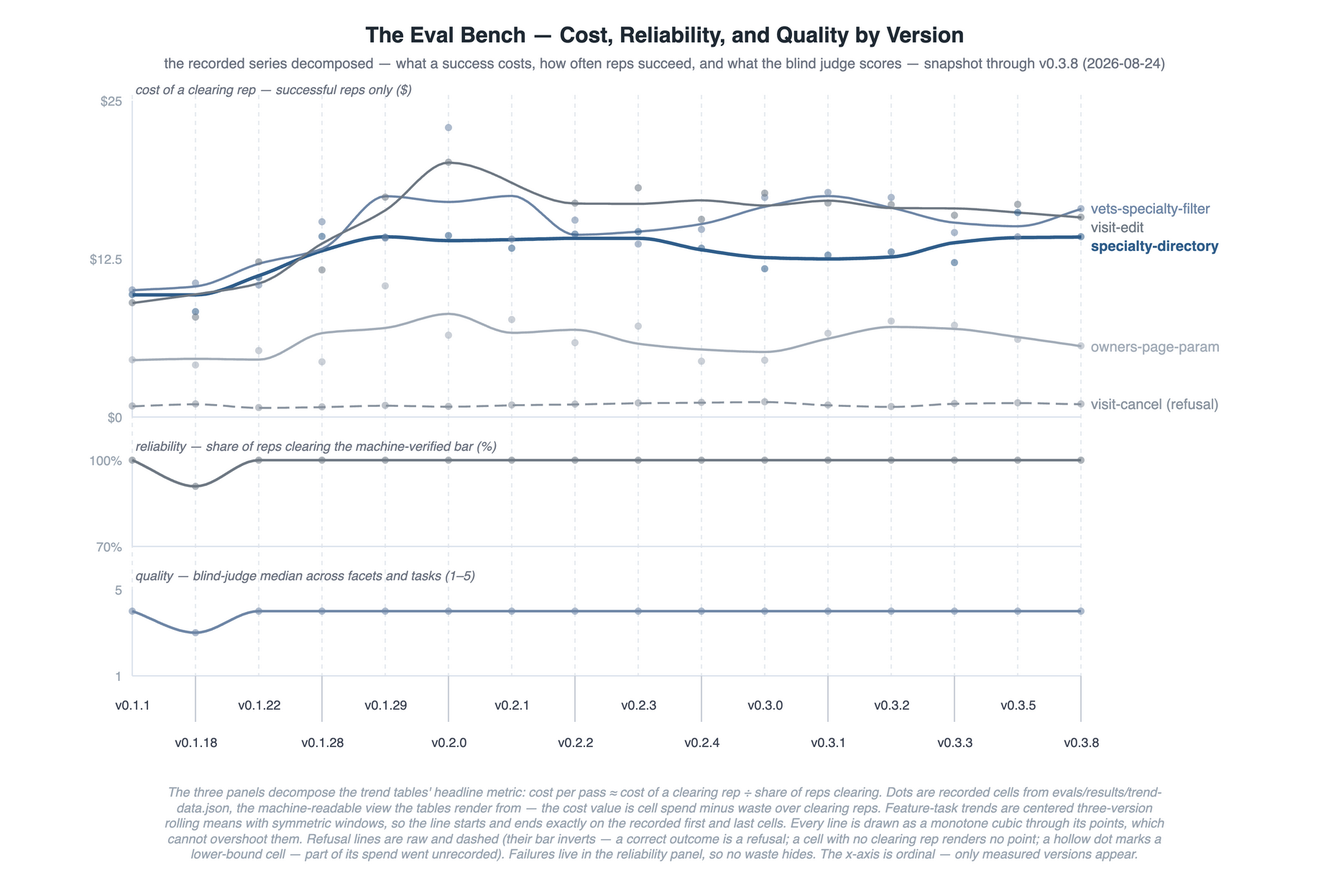
Above: docs/images/eval-trend.drawio.png in woditschka/agentic-coding-reference (draw.io), before the change. Source tidied: cells renumbered, new cells last; positions are measured from the earlier drawing's top-left corner, leaving out a move shared by most shapes.
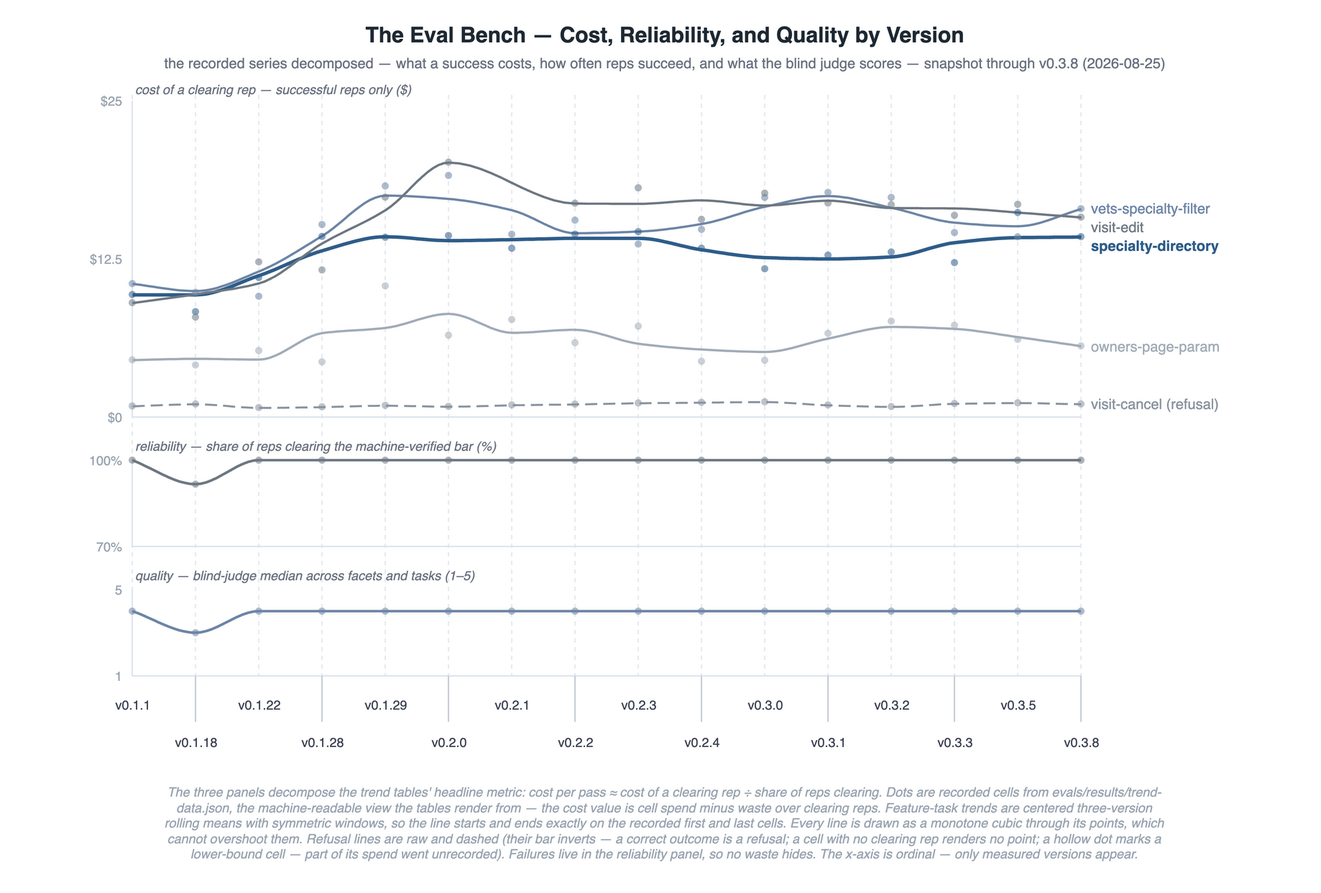
After the change.

Change to the diagram source:
```diff
@@ -5,7 +5,7 @@
     <mxCell id="2" value="The Eval Bench — Cost, Reliability, and Quality by Version" style="text;html=1;align=center;verticalAlign=middle;fontSize=15;fontStyle=1;fontColor=#1F2933;" parent="1" vertex="1">
       <mxGeometry width="900" height="24" as="geometry" />
     </mxCell>
-    <mxCell id="3" value="the recorded series decomposed — what a success costs, how often reps succeed, and what the blind judge scores — snapshot through v0.3.8 (2026-08-24)" style="text;html=1;align=center;verticalAlign=middle;fontSize=10;fontColor=#6B7280;" parent="1" vertex="1">
+    <mxCell id="3" value="the recorded series decomposed — what a success costs, how often reps succeed, and what the blind judge scores — snapshot through v0.3.8 (2026-08-25)" style="text;html=1;align=center;verticalAlign=middle;fontSize=10;fontColor=#6B7280;" parent="1" vertex="1">
       <mxGeometry y="25" width="900" height="14" as="geometry" />
     </mxCell>
     <mxCell id="4" style="endArrow=none;startArrow=none;html=1;strokeColor=#E7EBF0;strokeWidth=1;dashed=1;dashPattern=3 3;" parent="1" edge="1">
@@ -546,114 +546,114 @@
     </mxCell>
     <mxCell id="38" style="edgeStyle=none;rounded=0;curved=0;html=1;jettySize=0;endArrow=none;startArrow=none;strokeColor=#6E86A6;strokeWidth=1.6;" parent="1" edge="1">
       <mxGeometry relative="1" as="geometry">
-        <mxPoint x="80" y="189.6" as="sourcePoint" />
+        <mxPoint x="80" y="185.2" as="sourcePoint" />
         <mxPoint x="740" y="133.1" as="targetPoint" />
         <Array as="points">
-          <mxPoint x="83.7" y="189.4" />
-          <mxPoint x="87.3" y="189.2" />
-          <mxPoint x="91" y="189" />
-          <mxPoint x="94.7" y="188.8" />
-          <mxPoint x="98.3" y="188.7" />
-          <mxPoint x="102" y="188.5" />
-          <mxPoint x="105.7" y="188.3" />
-          <mxPoint x="109.3" y="188.1" />
-          <mxPoint x="113" y="187.8" />
-          <mxPoint x="116.7" y="187.6" />
-          <mxPoint x="120.3" y="187.3" />
-          <mxPoint x="124" y="186.9" />
-          <mxPoint x="127.7" y="186.3" />
-          <mxPoint x="131.3" y="185.5" />
-          <mxPoint x="135" y="184.4" />
-          <mxPoint x="138.7" y="183" />
-          <mxPoint x="142.3" y="181.6" />
-          <mxPoint x="146" y="180" />
-          <mxPoint x="149.7" y="178.4" />
-          <mxPoint x="153.3" y="176.7" />
-          <mxPoint x="157" y="175.1" />
-          <mxPoint x="160.7" y="173.6" />
-          <mxPoint x="164.3" y="172.3" />
-          <mxPoint x="168" y="171.1" />
-          <mxPoint x="171.7" y="170.1" />
-          <mxPoint x="175.3" y="169.3" />
-          <mxPoint x="179" y="168.5" />
-          <mxPoint x="182.7" y="167.7" />
-          <mxPoint x="186.3" y="167" />
-          <mxPoint x="190" y="166.4" />
-          <mxPoint x="193.7" y="165.6" />
-          <mxPoint x="197.3" y="164.9" />
-          <mxPoint x="201" y="164" />
-          <mxPoint x="204.7" y="163.1" />
-          <mxPoint x="208.3" y="162" />
-          <mxPoint x="212" y="160.7" />
-          <mxPoint x="215.7" y="158.8" />
-          <mxPoint x="219.3" y="156.1" />
-          <mxPoint x="223" y="152.7" />
-          <mxPoint x="226.7" y="148.8" />
-          <mxPoint x="230.3" y="144.7" />
-          <mxPoint x="234" y="140.4" />
-          <mxPoint x="237.7" y="136.3" />
-          <mxPoint x="241.3" y="132.5" />
-          <mxPoint x="245" y="129.1" />
-          <mxPoint x="248.7" y="126.5" />
-          <mxPoint x="252.3" y="124.8" />
-          <mxPoint x="256" y="124.2" />
-          <mxPoint x="259.7" y="124.3" />
-          <mxPoint x="263.3" y="124.5" />
-          <mxPoint x="267" y="124.8" />
-          <mxPoint x="270.7" y="125.2" />
-          <mxPoint x="274.3" y="125.7" />
-          <mxPoint x="278" y="126.2" />
-          <mxPoint x="281.7" y="126.7" />
-          <mxPoint x="285.3" y="127.2" />
-          <mxPoint x="289" y="127.6" />
-          <mxPoint x="292.7" y="127.9" />
-          <mxPoint x="296.3" y="128.1" />
-          <mxPoint x="300" y="128.2" />
-          <mxPoint x="303.7" y="128.1" />
-          <mxPoint x="307.3" y="127.9" />
-          <mxPoint x="311" y="127.5" />
-          <mxPoint x="314.7" y="127.1" />
-          <mxPoint x="318.3" y="126.6" />
-          <mxPoint x="322" y="126.1" />
-          <mxPoint x="325.7" y="125.6" />
-          <mxPoint x="329.3" y="125.1" />
-          <mxPoint x="333" y="124.7" />
-          <mxPoint x="336.7" y="124.3" />
-          <mxPoint x="340.3" y="124.1" />
-          <mxPoint x="344" y="124" />
-          <mxPoint x="347.7" y="124.5" />
-          <mxPoint x="351.3" y="126" />
-          <mxPoint x="355" y="128.2" />
-          <mxPoint x="358.7" y="131" />
-          <mxPoint x="362.3" y="134.2" />
-          <mxPoint x="366" y="137.5" />
-          <mxPoint x="369.7" y="140.8" />
-          <mxPoint x="373.3" y="144" />
-          <mxPoint x="377" y="146.8" />
+          <mxPoint x="83.7" y="185.6" />
+          <mxPoint x="87.3" y="186.1" />
+          <mxPoint x="91" y="186.7" />
+          <mxPoint x="94.7" y="187.2" />
+          <mxPoint x="98.3" y="187.8" />
+          <mxPoint x="102" y="188.3" />
+          <mxPoint x="105.7" y="188.8" />
+          <mxPoint x="109.3" y="189.3" />
+          <mxPoint x="113" y="189.7" />
+          <mxPoint x="116.7" y="189.9" />
+          <mxPoint x="120.3" y="190.1" />
+          <mxPoint x="124" y="190.2" />
+          <mxPoint x="127.7" y="190" />
+          <mxPoint x="131.3" y="189.6" />
+          <mxPoint x="135" y="188.9" />
+          <mxPoint x="138.7" y="188" />
+          <mxPoint x="142.3" y="186.8" />
+          <mxPoint x="146" y="185.6" />
+          <mxPoint x="149.7" y="184.2" />
+          <mxPoint x="153.3" y="182.7" />
+          <mxPoint x="157" y="181.1" />
+          <mxPoint x="160.7" y="179.6" />
+          <mxPoint x="164.3" y="178" />
+          <mxPoint x="168" y="176.5" />
+          <mxPoint x="171.7" y="174.9" />
+          <mxPoint x="175.3" y="173.2" />
+          <mxPoint x="179" y="171.4" />
+          <mxPoint x="182.7" y="169.4" />
+          <mxPoint x="186.3" y="167.4" />
+          <mxPoint x="190" y="165.2" />
+          <mxPoint x="193.7" y="163" />
+          <mxPoint x="197.3" y="160.8" />
+          <mxPoint x="201" y="158.5" />
+          <mxPoint x="204.7" y="156.3" />
+          <mxPoint x="208.3" y="154" />
+          <mxPoint x="212" y="151.8" />
+          <mxPoint x="215.7" y="149.4" />
+          <mxPoint x="219.3" y="146.7" />
+          <mxPoint x="223" y="143.7" />
+          <mxPoint x="226.7" y="140.7" />
+          <mxPoint x="230.3" y="137.5" />
+          <mxPoint x="234" y="134.5" />
+          <mxPoint x="237.7" y="131.7" />
+          <mxPoint x="241.3" y="129.1" />
+          <mxPoint x="245" y="126.9" />
+          <mxPoint x="248.7" y="125.3" />
+          <mxPoint x="252.3" y="124.2" />
+          <mxPoint x="256" y="123.8" />
+          <mxPoint x="259.7" y="123.8" />
+          <mxPoint x="263.3" y="123.9" />
+          <mxPoint x="267" y="124" />
+          <mxPoint x="270.7" y="124.1" />
+          <mxPoint x="274.3" y="124.3" />
+          <mxPoint x="278" y="124.5" />
+          <mxPoint x="281.7" y="124.7" />
+          <mxPoint x="285.3" y="125" />
+          <mxPoint x="289" y="125.2" />
+          <mxPoint x="292.7" y="125.5" />
+          <mxPoint x="296.3" y="125.8" />
+          <mxPoint x="300" y="126.1" />
+          <mxPoint x="303.7" y="126.4" />
+          <mxPoint x="307.3" y="126.9" />
+          <mxPoint x="311" y="127.3" />
+          <mxPoint x="314.7" y="127.9" />
+          <mxPoint x="318.3" y="128.5" />
+          <mxPoint x="322" y="129.2" />
+          <mxPoint x="325.7" y="129.9" />
+          <mxPoint x="329.3" y="130.7" />
+          <mxPoint x="333" y="131.4" />
+          <mxPoint x="336.7" y="132.3" />
+          <mxPoint x="340.3" y="133.1" />
+          <mxPoint x="344" y="134" />
+          <mxPoint x="347.7" y="135.1" />
+          <mxPoint x="351.3" y="136.4" />
+          <mxPoint x="355" y="138" />
+          <mxPoint x="358.7" y="139.7" />
+          <mxPoint x="362.3" y="141.5" />
+          <mxPoint x="366" y="143.3" />
+          <mxPoint x="369.7" y="145" />
+          <mxPoint x="373.3" y="146.6" />
+          <mxPoint x="377" y="147.9" />
           <mxPoint x="380.7" y="149" />
-          <mxPoint x="384.3" y="150.5" />
-          <mxPoint x="388" y="151" />
-          <mxPoint x="391.7" y="151" />
-          <mxPoint x="395.3" y="150.9" />
-          <mxPoint x="399" y="150.8" />
-          <mxPoint x="402.7" y="150.7" />
-          <mxPoint x="406.3" y="150.5" />
-          <mxPoint x="410" y="150.3" />
-          <mxPoint x="413.7" y="150.1" />
-          <mxPoint x="417.3" y="149.8" />
-          <mxPoint x="421" y="149.6" />
-          <mxPoint x="424.7" y="149.3" />
-          <mxPoint x="428.3" y="149.1" />
+          <mxPoint x="384.3" y="149.7" />
+          <mxPoint x="388" y="149.9" />
+          <mxPoint x="391.7" y="149.9" />
+          <mxPoint x="395.3" y="149.9" />
+          <mxPoint x="399" y="149.8" />
+          <mxPoint x="402.7" y="149.7" />
+          <mxPoint x="406.3" y="149.7" />
+          <mxPoint x="410" y="149.6" />
+          <mxPoint x="413.7" y="149.5" />
+          <mxPoint x="417.3" y="149.4" />
+          <mxPoint x="421" y="149.2" />
+          <mxPoint x="424.7" y="149.1" />
+          <mxPoint x="428.3" y="148.9" />
           <mxPoint x="432" y="148.8" />
-          <mxPoint x="435.7" y="148.5" />
-          <mxPoint x="439.3" y="148.2" />
-          <mxPoint x="443" y="147.9" />
-          <mxPoint x="446.7" y="147.5" />
-          <mxPoint x="450.3" y="147.1" />
-          <mxPoint x="454" y="146.7" />
-          <mxPoint x="457.7" y="146.2" />
-          <mxPoint x="461.3" y="145.7" />
-          <mxPoint x="465" y="145.2" />
+          <mxPoint x="435.7" y="148.6" />
+          <mxPoint x="439.3" y="148.4" />
+          <mxPoint x="443" y="148.1" />
+          <mxPoint x="446.7" y="147.7" />
+          <mxPoint x="450.3" y="147.3" />
+          <mxPoint x="454" y="146.8" />
+          <mxPoint x="457.7" y="146.4" />
+          <mxPoint x="461.3" y="145.8" />
+          <mxPoint x="465" y="145.3" />
           <mxPoint x="468.7" y="144.7" />
           <mxPoint x="472.3" y="144.1" />
           <mxPoint x="476" y="143.5" />
@@ -1003,25 +1003,25 @@
       <mxGeometry x="737.5" y="150.1" width="5" height="5" as="geometry" />
     </mxCell>
     <mxCell id="72" style="ellipse;html=1;fillColor=#6E86A6;strokeColor=none;opacity=55;" parent="1" vertex="1">
-      <mxGeometry x="77.5" y="187.1" width="5" height="5" as="geometry" />
+      <mxGeometry x="77.5" y="182.7" width="5" height="5" as="geometry" />
     </mxCell>
     <mxCell id="73" style="ellipse;html=1;fillColor=#6E86A6;strokeColor=none;opacity=55;" parent="1" vertex="1">
-      <mxGeometry x="121.5" y="182.4" width="5" height="5" as="geometry" />
+      <mxGeometry x="121.5" y="188.8" width="5" height="5" as="geometry" />
     </mxCell>
     <mxCell id="74" style="ellipse;html=1;fillColor=#6E86A6;strokeColor=none;opacity=55;" parent="1" vertex="1">
-      <mxGeometry x="165.5" y="183.7" width="5" height="5" as="geometry" />
+      <mxGeometry x="165.5" y="191.5" width="5" height="5" as="geometry" />
     </mxCell>
     <mxCell id="75" style="ellipse;html=1;fillColor=#6E86A6;strokeColor=none;opacity=55;" parent="1" vertex="1">
-      <mxGeometry x="209.5" y="139.7" width="5" height="5" as="geometry" />
+      <mxGeometry x="209.5" y="141.6" width="5" height="5" as="geometry" />
     </mxCell>
     <mxCell id="76" style="ellipse;html=1;fillColor=#6E86A6;strokeColor=none;opacity=55;" parent="1" vertex="1">
-      <mxGeometry x="253.5" y="151.1" width="5" height="5" as="geometry" />
+      <mxGeometry x="253.5" y="114.8" width="5" height="5" as="geometry" />
     </mxCell>
     <mxCell id="77" style="ellipse;html=1;fillColor=#6E86A6;strokeColor=none;opacity=55;" parent="1" vertex="1">
-      <mxGeometry x="297.5" y="74.2" width="5" height="5" as="geometry" />
+      <mxGeometry x="297.5" y="107.5" width="5" height="5" as="geometry" />
     </mxCell>
     <mxCell id="78" style="ellipse;html=1;fillColor=#6E86A6;strokeColor=none;opacity=55;" parent="1" vertex="1">
-      <mxGeometry x="341.5" y="151.8" width="5" height="5" as="geometry" />
+      <mxGeometry x="341.5" y="148.4" width="5" height="5" as="geometry" />
     </mxCell>
     <mxCell id="79" style="ellipse;html=1;fillColor=#6E86A6;strokeColor=none;opacity=55;" parent="1" vertex="1">
       <mxGeometry x="385.5" y="138.6" width="5" height="5" as="geometry" />
@@ -1335,29 +1335,29 @@
         <mxPoint x="80" y="308" as="sourcePoint" />
         <mxPoint x="740" y="308" as="targetPoint" />
         <Array as="points">
-          <mxPoint x="83.7" y="309.6" />
-          <mxPoint x="87.3" y="311.5" />
-          <mxPoint x="91" y="313.4" />
-          <mxPoint x="94.7" y="315.4" />
-          <mxPoint x="98.3" y="317.4" />
-          <mxPoint x="102" y="319.4" />
-          <mxPoint x="105.7" y="321.2" />
-          <mxPoint x="109.3" y="322.8" />
-          <mxPoint x="113" y="324.2" />
-          <mxPoint x="116.7" y="325.3" />
-          <mxPoint x="120.3" y="326" />
-          <mxPoint x="124" y="326.2" />
-          <mxPoint x="127.7" y="325.8" />
-          <mxPoint x="131.3" y="324.9" />
-          <mxPoint x="135" y="323.4" />
-          <mxPoint x="138.7" y="321.5" />
-          <mxPoint x="142.3" y="319.4" />
-          <mxPoint x="146" y="317.1" />
-          <mxPoint x="149.7" y="314.8" />
-          <mxPoint x="153.3" y="312.7" />
-          <mxPoint x="157" y="310.8" />
-          <mxPoint x="160.7" y="309.3" />
-          <mxPoint x="164.3" y="308.4" />
+          <mxPoint x="83.7" y="309.5" />
+          <mxPoint x="87.3" y="311.2" />
+          <mxPoint x="91" y="313" />
+          <mxPoint x="94.7" y="314.8" />
+          <mxPoint x="98.3" y="316.6" />
+          <mxPoint x="102" y="318.4" />
+          <mxPoint x="105.7" y="320.1" />
+          <mxPoint x="109.3" y="321.6" />
+          <mxPoint x="113" y="322.9" />
+          <mxPoint x="116.7" y="323.8" />
+          <mxPoint x="120.3" y="324.5" />
+          <mxPoint x="124" y="324.7" />
+          <mxPoint x="127.7" y="324.4" />
+          <mxPoint x="131.3" y="323.5" />
+          <mxPoint x="135" y="322.1" />
+          <mxPoint x="138.7" y="320.4" />
+          <mxPoint x="142.3" y="318.4" />
+          <mxPoint x="146" y="316.4" />
+          <mxPoint x="149.7" y="314.3" />
+          <mxPoint x="153.3" y="312.3" />
+          <mxPoint x="157" y="310.6" />
+          <mxPoint x="160.7" y="309.2" />
+          <mxPoint x="164.3" y="308.3" />
           <mxPoint x="168" y="308" />
           <mxPoint x="171.7" y="308" />
           <mxPoint x="175.3" y="308" />
@@ -1521,7 +1521,7 @@
       <mxGeometry x="77.5" y="305.5" width="5" height="5" as="geometry" />
     </mxCell>
     <mxCell id="122" style="ellipse;html=1;fillColor=#6E7883;strokeColor=none;opacity=55;" parent="1" vertex="1">
-      <mxGeometry x="121.5" y="323.7" width="5" height="5" as="geometry" />
+      <mxGeometry x="121.5" y="322.2" width="5" height="5" as="geometry" />
     </mxCell>
     <mxCell id="123" style="ellipse;html=1;fillColor=#6E7883;strokeColor=none;opacity=55;" parent="1" vertex="1">
       <mxGeometry x="165.5" y="305.5" width="5" height="5" as="geometry" />
```
